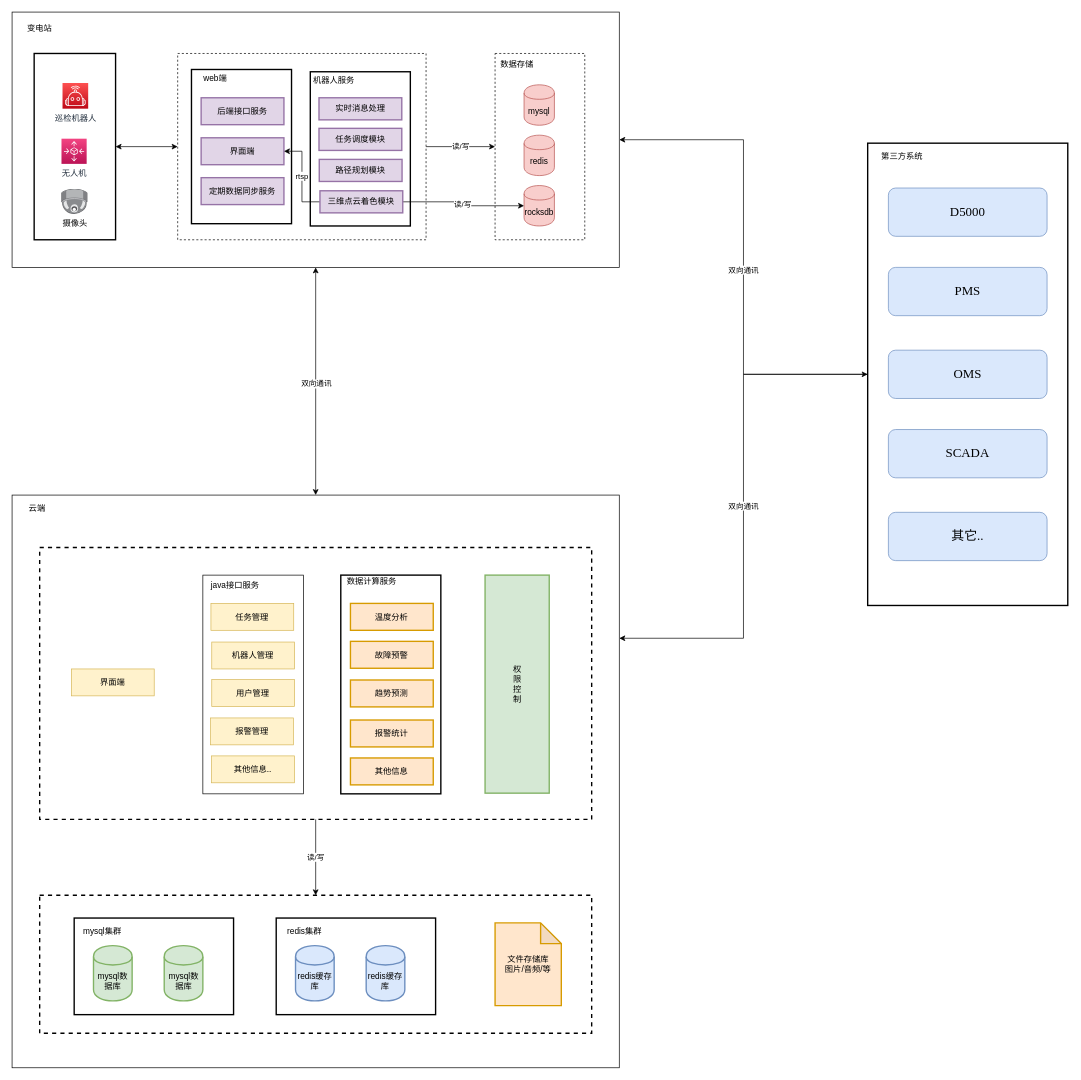
The draw.io diagram ydrobot-framework-v2.1.drawio in wangyufei0807/draw, before the edit. Source tidied: cells renumbered, new cells numbered last; positions are measured from the earlier drawing's top-left corner, leaving out a move shared by most shapes. Both pictures are drawn from the tidied source at 69%, with x=0, y=0 at pixel (12, 12).
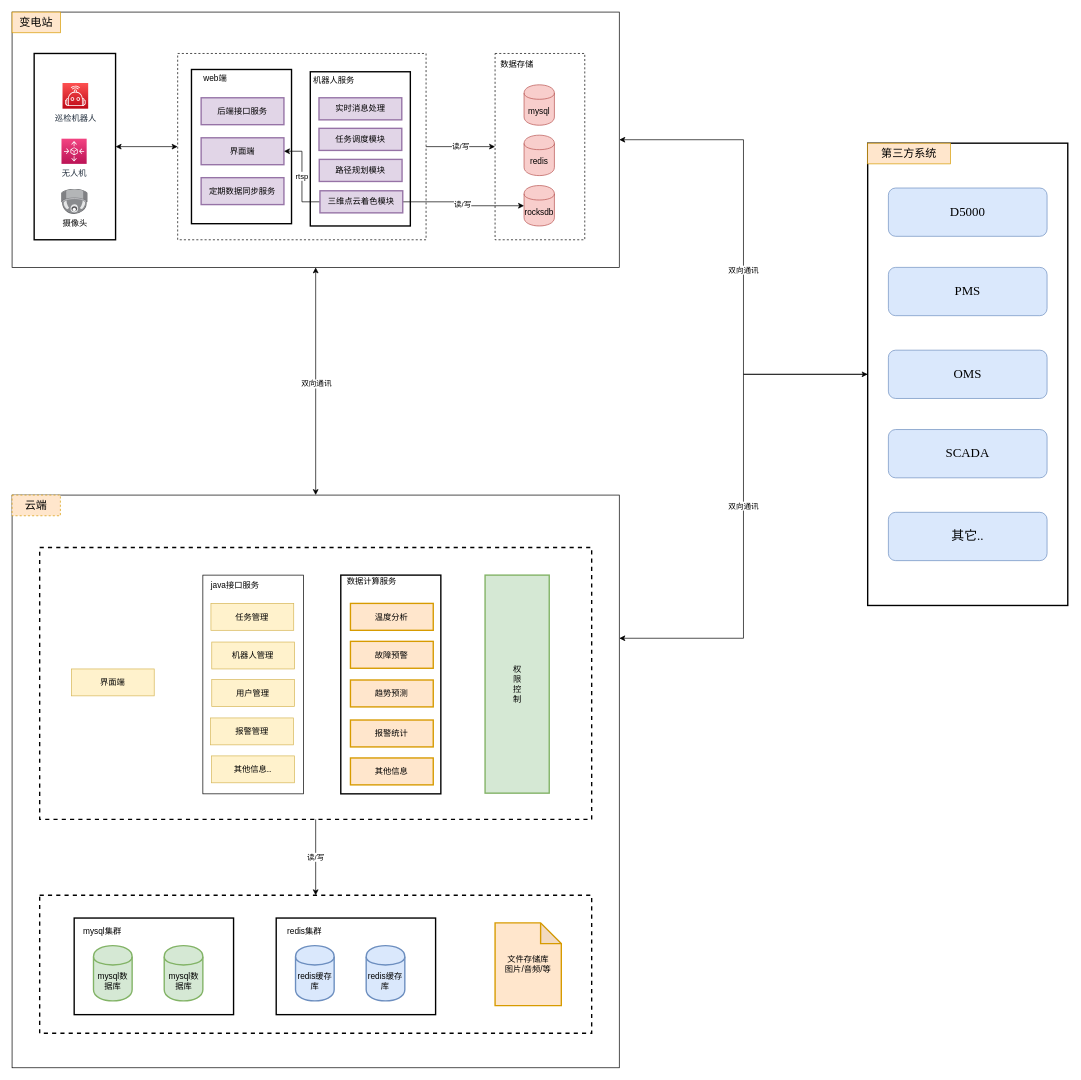
After the change.

Change to the diagram source:
```diff
@@
-    <mxCell id="16" value="第三方系统" style="text;html=1;strokeColor=none;fillColor=none;align=center;verticalAlign=middle;whiteSpace=wrap;rounded=0;" parent="1" vertex="1">
-      <mxGeometry x="1250" y="200" width="80" height="20" as="geometry" />
+    <mxCell id="16" value="第三方系统" style="text;html=1;strokeColor=#d79b00;fillColor=#ffe6cc;align=center;verticalAlign=middle;whiteSpace=wrap;rounded=0;fontSize=16;" parent="1" vertex="1">
+      <mxGeometry x="1240" y="190" width="120" height="30" as="geometry" />
     </mxCell>
@@
-    <mxCell id="33" value="变电站" style="text;html=1;strokeColor=none;fillColor=none;align=center;verticalAlign=middle;whiteSpace=wrap;rounded=0;labelBackgroundColor=none;" parent="1" vertex="1">
-      <mxGeometry x="11.5" y="14" width="55.5" height="20" as="geometry" />
+    <mxCell id="33" value="变电站" style="text;html=1;strokeColor=#d79b00;fillColor=#ffe6cc;align=center;verticalAlign=middle;whiteSpace=wrap;rounded=0;labelBackgroundColor=none;fontSize=16;" parent="1" vertex="1">
+      <mxGeometry width="70" height="30" as="geometry" />
     </mxCell>
@@
-    <mxCell id="70" value="云端" style="text;html=1;strokeColor=none;fillColor=none;align=center;verticalAlign=middle;whiteSpace=wrap;rounded=0;dashed=1;" parent="1" vertex="1">
-      <mxGeometry x="11.5" y="710" width="48.5" height="20" as="geometry" />
+    <mxCell id="70" value="云端" style="text;html=1;strokeColor=#d79b00;fillColor=#ffe6cc;align=center;verticalAlign=middle;whiteSpace=wrap;rounded=0;dashed=1;fontSize=16;" parent="1" vertex="1">
+      <mxGeometry y="700" width="70" height="30" as="geometry" />
     </mxCell>
```
